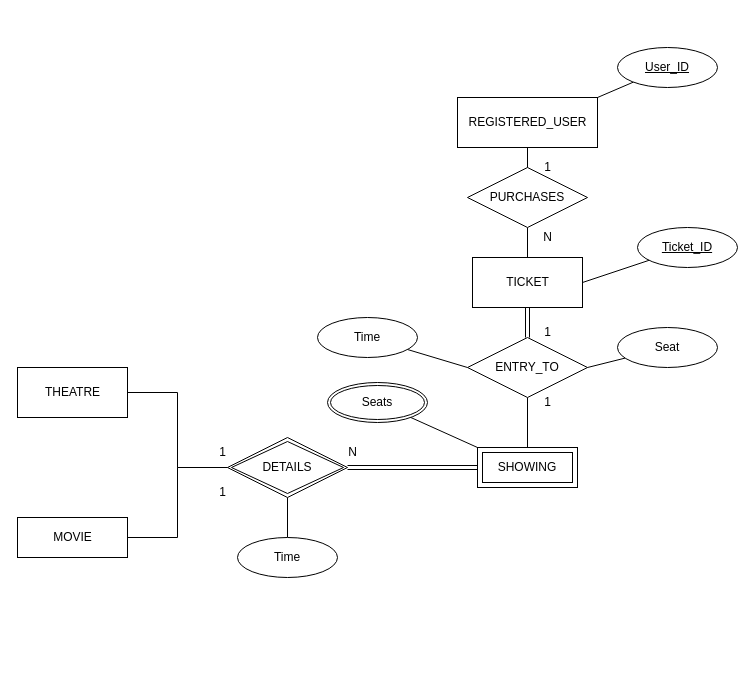
This is DesignDocuments/Diagrams/DatabaseDiagrams/EER_Theatre_Database.drawio from folkg/movie-ticket-reservation-app, a draw.io file, before an edit. Source tidied: cells renumbered, new cells numbered last; positions are measured from the earlier drawing's top-left corner, leaving out a move shared by most shapes. Both pictures are drawn from the tidied source at 100%, with x=0, y=0 at pixel (17, 47).
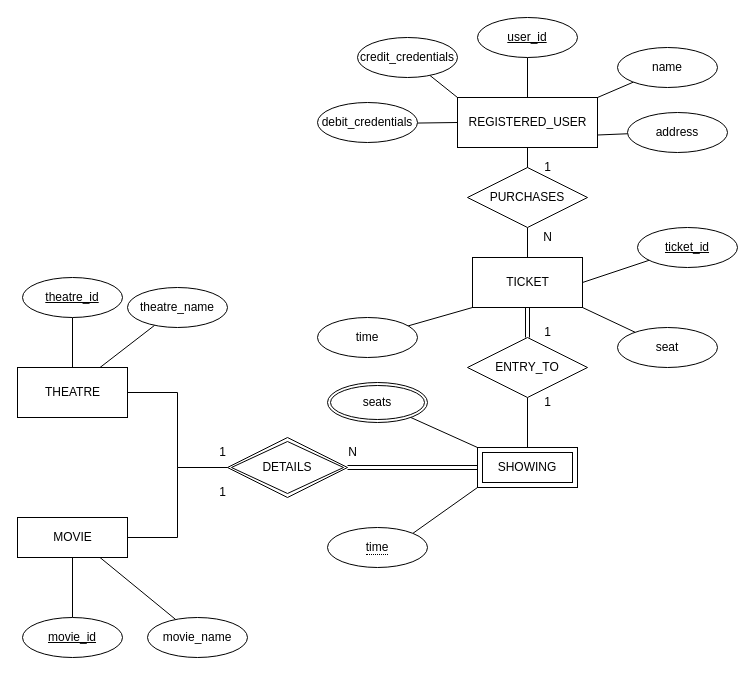
After the change.

Commit message (it also covers changes not shown here):
Modified EER and added Relational DB diagrams

The change refers to these unchanged cells:
```xml
<mxCell id="3" value="REGISTERED_USER" style="html=1;" parent="1" vertex="1">
  <mxGeometry x="440" y="50" width="140" height="50" as="geometry" />
</mxCell>
<mxCell id="5" value="TICKET" style="html=1;" parent="1" vertex="1">
  <mxGeometry x="455" y="210" width="110" height="50" as="geometry" />
</mxCell>
<mxCell id="8" value="MOVIE" style="html=1;" parent="1" vertex="1">
  <mxGeometry y="470" width="110" height="40" as="geometry" />
</mxCell>
<mxCell id="9" value="THEATRE" style="html=1;" parent="1" vertex="1">
  <mxGeometry y="320" width="110" height="50" as="geometry" />
</mxCell>
<mxCell id="17" value="ENTRY_TO" style="shape=rhombus;perimeter=rhombusPerimeter;whiteSpace=wrap;html=1;align=center;" parent="1" vertex="1">
  <mxGeometry x="450" y="290" width="120" height="60" as="geometry" />
</mxCell>
<mxCell id="30" value="DETAILS" style="shape=rhombus;double=1;perimeter=rhombusPerimeter;whiteSpace=wrap;html=1;align=center;" parent="1" vertex="1">
  <mxGeometry x="210" y="390" width="120" height="60" as="geometry" />
</mxCell>
<mxCell id="31" value="SHOWING" style="shape=ext;margin=3;double=1;whiteSpace=wrap;html=1;align=center;" parent="1" vertex="1">
  <mxGeometry x="460" y="400" width="100" height="40" as="geometry" />
</mxCell>
```

The edit, as a diff of the source:
```diff
@@
-    <mxCell id="12" style="edgeStyle=none;rounded=0;jettySize=auto;html=1;entryX=0.5;entryY=0;entryDx=0;entryDy=0;endArrow=none;endFill=0;exitX=0.5;exitY=1;exitDx=0;exitDy=0;" parent="1" edge="1" source="30" target="29">
+    <mxCell id="12" style="edgeStyle=none;rounded=0;jettySize=auto;html=1;entryX=1;entryY=0;entryDx=0;entryDy=0;endArrow=none;endFill=0;exitX=0;exitY=1;exitDx=0;exitDy=0;" parent="1" edge="1" source="31" target="52">
       <mxGeometry relative="1" as="geometry" />
     </mxCell>
@@
-    <mxCell id="15" value="Seats" style="ellipse;shape=doubleEllipse;margin=3;whiteSpace=wrap;html=1;align=center;" parent="1" vertex="1">
+    <mxCell id="15" value="seats" style="ellipse;shape=doubleEllipse;margin=3;whiteSpace=wrap;html=1;align=center;" parent="1" vertex="1">
       <mxGeometry x="310" y="335" width="100" height="40" as="geometry" />
     </mxCell>
@@
-    <mxCell id="18" style="edgeStyle=none;rounded=0;jettySize=auto;html=1;entryX=1;entryY=0.5;entryDx=0;entryDy=0;endArrow=none;endFill=0;" parent="1" edge="1" source="19" target="17">
+    <mxCell id="18" style="edgeStyle=none;rounded=0;jettySize=auto;html=1;entryX=1;entryY=1;entryDx=0;entryDy=0;endArrow=none;endFill=0;" parent="1" edge="1" source="19" target="5">
       <mxGeometry relative="1" as="geometry" />
     </mxCell>
-    <mxCell id="19" value="Seat" style="ellipse;whiteSpace=wrap;html=1;align=center;" parent="1" vertex="1">
+    <mxCell id="19" value="seat" style="ellipse;whiteSpace=wrap;html=1;align=center;" parent="1" vertex="1">
       <mxGeometry x="600" y="280" width="100" height="40" as="geometry" />
     </mxCell>
-    <mxCell id="20" style="edgeStyle=none;rounded=0;jettySize=auto;html=1;entryX=0;entryY=0.5;entryDx=0;entryDy=0;endArrow=none;endFill=0;" parent="1" edge="1" source="21" target="17">
+    <mxCell id="20" style="edgeStyle=none;rounded=0;jettySize=auto;html=1;entryX=0;entryY=1;entryDx=0;entryDy=0;endArrow=none;endFill=0;" parent="1" edge="1" source="21" target="5">
       <mxGeometry relative="1" as="geometry" />
     </mxCell>
-    <mxCell id="21" value="Time" style="ellipse;whiteSpace=wrap;html=1;align=center;" parent="1" vertex="1">
+    <mxCell id="21" value="time" style="ellipse;whiteSpace=wrap;html=1;align=center;" parent="1" vertex="1">
       <mxGeometry x="300" y="270" width="100" height="40" as="geometry" />
     </mxCell>
@@
-    <mxCell id="29" value="Time" style="ellipse;whiteSpace=wrap;html=1;align=center;" parent="1" vertex="1">
-      <mxGeometry x="220" y="490" width="100" height="40" as="geometry" />
-    </mxCell>
@@
-    <mxCell id="33" value="&lt;u&gt;Ticket_ID&lt;/u&gt;" style="ellipse;whiteSpace=wrap;html=1;align=center;" parent="1" vertex="1">
+    <mxCell id="33" value="&lt;u&gt;ticket_id&lt;/u&gt;" style="ellipse;whiteSpace=wrap;html=1;align=center;" parent="1" vertex="1">
       <mxGeometry x="620" y="180" width="100" height="40" as="geometry" />
     </mxCell>
@@
-    <mxCell id="35" value="&lt;u&gt;User_ID&lt;/u&gt;" style="ellipse;whiteSpace=wrap;html=1;align=center;" parent="1" vertex="1">
+    <mxCell id="35" value="name" style="ellipse;whiteSpace=wrap;html=1;align=center;" parent="1" vertex="1">
       <mxGeometry x="600" width="100" height="40" as="geometry" />
     </mxCell>
+    <mxCell id="36" style="edgeStyle=none;html=1;entryX=0.5;entryY=0;entryDx=0;entryDy=0;endArrow=none;endFill=0;" parent="1" edge="1" source="37" target="9">
+      <mxGeometry relative="1" as="geometry" />
+    </mxCell>
+    <mxCell id="37" value="&lt;u&gt;theatre_id&lt;/u&gt;" style="ellipse;whiteSpace=wrap;html=1;align=center;" parent="1" vertex="1">
+      <mxGeometry x="5" y="230" width="100" height="40" as="geometry" />
+    </mxCell>
+    <mxCell id="38" style="edgeStyle=none;html=1;entryX=0.75;entryY=0;entryDx=0;entryDy=0;endArrow=none;endFill=0;" parent="1" edge="1" source="39" target="9">
+      <mxGeometry relative="1" as="geometry" />
+    </mxCell>
+    <mxCell id="39" value="theatre_name" style="ellipse;whiteSpace=wrap;html=1;align=center;" parent="1" vertex="1">
+      <mxGeometry x="110" y="240" width="100" height="40" as="geometry" />
+    </mxCell>
+    <mxCell id="40" style="edgeStyle=none;html=1;entryX=0.75;entryY=1;entryDx=0;entryDy=0;endArrow=none;endFill=0;" parent="1" edge="1" source="41" target="8">
+      <mxGeometry relative="1" as="geometry" />
+    </mxCell>
+    <mxCell id="41" value="movie_name" style="ellipse;whiteSpace=wrap;html=1;align=center;" parent="1" vertex="1">
+      <mxGeometry x="130" y="570" width="100" height="40" as="geometry" />
+    </mxCell>
+    <mxCell id="42" style="edgeStyle=none;html=1;entryX=0.5;entryY=1;entryDx=0;entryDy=0;endArrow=none;endFill=0;" parent="1" edge="1" source="43" target="8">
+      <mxGeometry relative="1" as="geometry" />
+    </mxCell>
+    <mxCell id="43" value="&lt;u&gt;movie_id&lt;/u&gt;" style="ellipse;whiteSpace=wrap;html=1;align=center;" parent="1" vertex="1">
+      <mxGeometry x="5" y="570" width="100" height="40" as="geometry" />
+    </mxCell>
+    <mxCell id="44" style="edgeStyle=none;html=1;entryX=0.5;entryY=0;entryDx=0;entryDy=0;endArrow=none;endFill=0;" parent="1" edge="1" source="45" target="3">
+      <mxGeometry relative="1" as="geometry" />
+    </mxCell>
+    <mxCell id="45" value="&lt;u&gt;user_id&lt;/u&gt;" style="ellipse;whiteSpace=wrap;html=1;align=center;" parent="1" vertex="1">
+      <mxGeometry x="460" y="-30" width="100" height="40" as="geometry" />
+    </mxCell>
+    <mxCell id="46" style="edgeStyle=none;html=1;entryX=1;entryY=0.75;entryDx=0;entryDy=0;endArrow=none;endFill=0;" parent="1" edge="1" source="47" target="3">
+      <mxGeometry relative="1" as="geometry" />
+    </mxCell>
+    <mxCell id="47" value="address" style="ellipse;whiteSpace=wrap;html=1;align=center;" parent="1" vertex="1">
+      <mxGeometry x="610" y="65" width="100" height="40" as="geometry" />
+    </mxCell>
+    <mxCell id="48" style="edgeStyle=none;html=1;entryX=0;entryY=0;entryDx=0;entryDy=0;endArrow=none;endFill=0;" parent="1" edge="1" source="49" target="3">
+      <mxGeometry relative="1" as="geometry" />
+    </mxCell>
+    <mxCell id="49" value="credit_credentials" style="ellipse;whiteSpace=wrap;html=1;align=center;" parent="1" vertex="1">
+      <mxGeometry x="340" y="-10" width="100" height="40" as="geometry" />
+    </mxCell>
+    <mxCell id="50" style="edgeStyle=none;html=1;entryX=0;entryY=0.5;entryDx=0;entryDy=0;endArrow=none;endFill=0;" parent="1" edge="1" source="51" target="3">
+      <mxGeometry relative="1" as="geometry" />
+    </mxCell>
+    <mxCell id="51" value="debit_credentials" style="ellipse;whiteSpace=wrap;html=1;align=center;" parent="1" vertex="1">
+      <mxGeometry x="300" y="55" width="100" height="40" as="geometry" />
+    </mxCell>
+    <mxCell id="52" value="&lt;span style=&quot;border-bottom: 1px dotted&quot;&gt;time&lt;/span&gt;" style="ellipse;whiteSpace=wrap;html=1;align=center;" parent="1" vertex="1">
+      <mxGeometry x="310" y="480" width="100" height="40" as="geometry" />
+    </mxCell>
```
